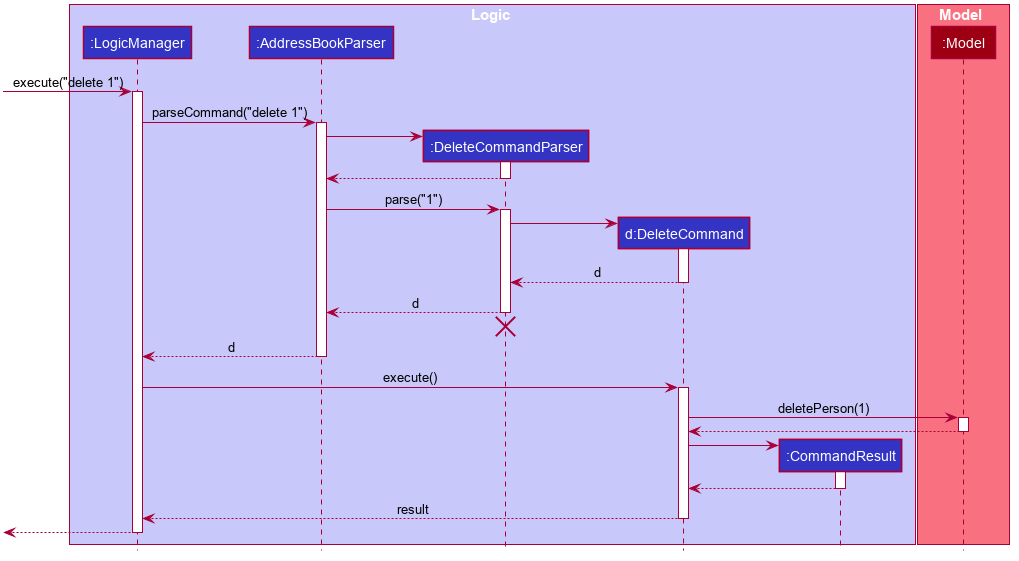
Earlier version of the PlantUML export docs/images/DeleteSequenceDiagram.png (nus-cs2103-AY2021S2/tp).
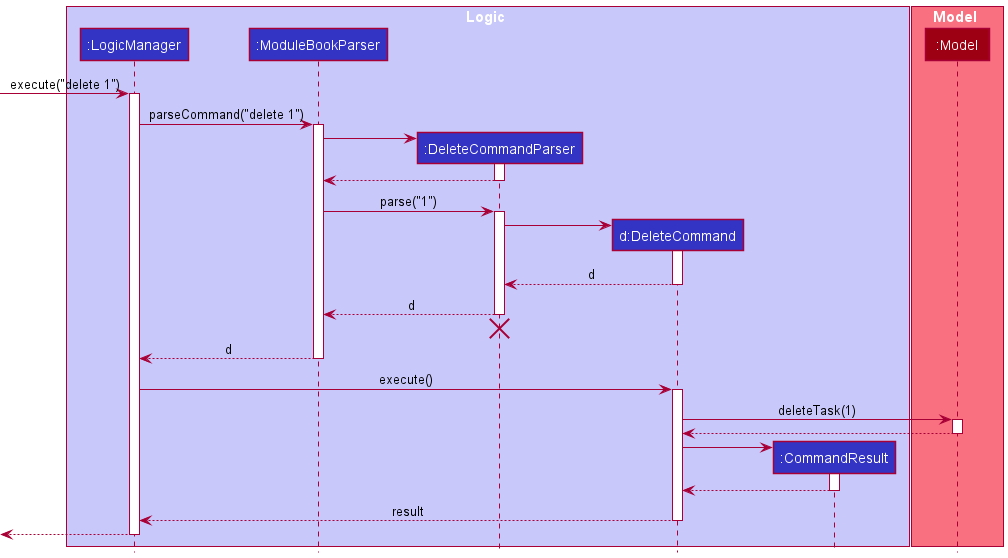
Later version of the same file.

Change to the diagram source:
```diff
@@ -1,79 +1,32 @@
 @startuml
+!include style.puml
 
-
-
-
-
-
-
-
-skinparam BackgroundColor #FFFFFFF
-
-skinparam Shadowing false
-
-skinparam Class {
-    FontColor #FFFFFF
-    BorderThickness 1
-    BorderColor #FFFFFF
-    StereotypeFontColor #FFFFFF
-    FontName Arial
-}
-
-skinparam Actor {
-    BorderColor #000000
-    Color #000000
-    FontName Arial
-}
-
-skinparam Sequence {
-    MessageAlign center
-    BoxFontSize 15
-    BoxPadding 0
-    BoxFontColor #FFFFFF
-    FontName Arial
-}
-
-skinparam Participant {
-    FontColor #FFFFFFF
-    Padding 20
-}
-
-skinparam MinClassWidth 50
-skinparam ParticipantPadding 10
-skinparam Shadowing false
-skinparam DefaultTextAlignment center
-skinparam packageStyle Rectangle
-
-hide footbox
-hide members
-hide circle
-
-box Logic #C8C8FA
-participant ":LogicManager" as LogicManager #3333C4
-participant ":AddressBookParser" as AddressBookParser #3333C4
-participant ":DeleteCommandParser" as DeleteCommandParser #3333C4
-participant "d:DeleteCommand" as DeleteCommand #3333C4
-participant ":CommandResult" as CommandResult #3333C4
+box Logic LOGIC_COLOR_T1
+participant ":LogicManager" as LogicManager LOGIC_COLOR
+participant ":ModuleBookParser" as ModuleBookParser LOGIC_COLOR
+participant ":DeleteCommandParser" as DeleteCommandParser LOGIC_COLOR
+participant "d:DeleteCommand" as DeleteCommand LOGIC_COLOR
+participant ":CommandResult" as CommandResult LOGIC_COLOR
 end box
 
-box Model #F97181
-participant ":Model" as Model #9D0012
+box Model MODEL_COLOR_T1
+participant ":Model" as Model MODEL_COLOR
 end box
 
 [-> LogicManager : execute("delete 1")
 activate LogicManager
 
-LogicManager -> AddressBookParser : parseCommand("delete 1")
-activate AddressBookParser
+LogicManager -> ModuleBookParser : parseCommand("delete 1")
+activate ModuleBookParser
 
 create DeleteCommandParser
-AddressBookParser -> DeleteCommandParser
+ModuleBookParser -> DeleteCommandParser
 activate DeleteCommandParser
 
-DeleteCommandParser --> AddressBookParser
+DeleteCommandParser --> ModuleBookParser
 deactivate DeleteCommandParser
 
-AddressBookParser -> DeleteCommandParser : parse("1")
+ModuleBookParser -> DeleteCommandParser : parse("1")
 activate DeleteCommandParser
 
 create DeleteCommand
@@ -83,18 +36,18 @@
 DeleteCommand --> DeleteCommandParser : d
 deactivate DeleteCommand
 
-DeleteCommandParser --> AddressBookParser : d
+DeleteCommandParser --> ModuleBookParser : d
 deactivate DeleteCommandParser
-DeleteCommandParser -[hidden]-> AddressBookParser
+DeleteCommandParser -[hidden]-> ModuleBookParser
 destroy DeleteCommandParser
 
-AddressBookParser --> LogicManager : d
-deactivate AddressBookParser
+ModuleBookParser --> LogicManager : d
+deactivate ModuleBookParser
 
 LogicManager -> DeleteCommand : execute()
 activate DeleteCommand
 
-DeleteCommand -> Model : deletePerson(1)
+DeleteCommand -> Model : deleteTask(1)
 activate Model
 
 Model --> DeleteCommand
```
